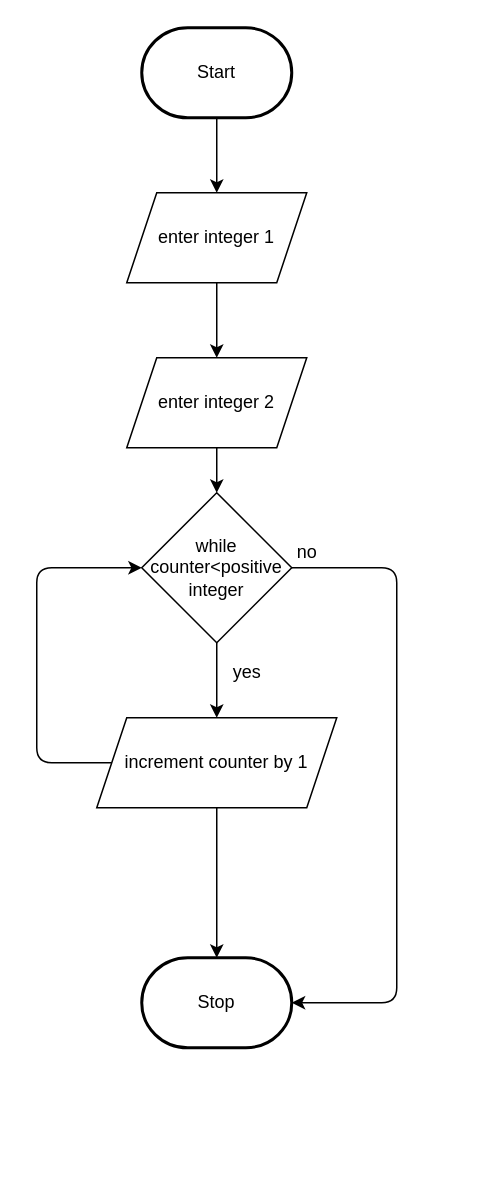
Above: design/flowchart.drawio in MTHS-ICD2O-1-2024/ICD2O-Unit-5-06-lynn-lukose-07 (draw.io), before the change. Source tidied: cells renumbered, new cells numbered last; positions are measured from the earlier drawing's top-left corner, leaving out a move shared by most shapes. Both pictures are drawn from the tidied source at 150%, with x=0, y=0 at pixel (36, 27).
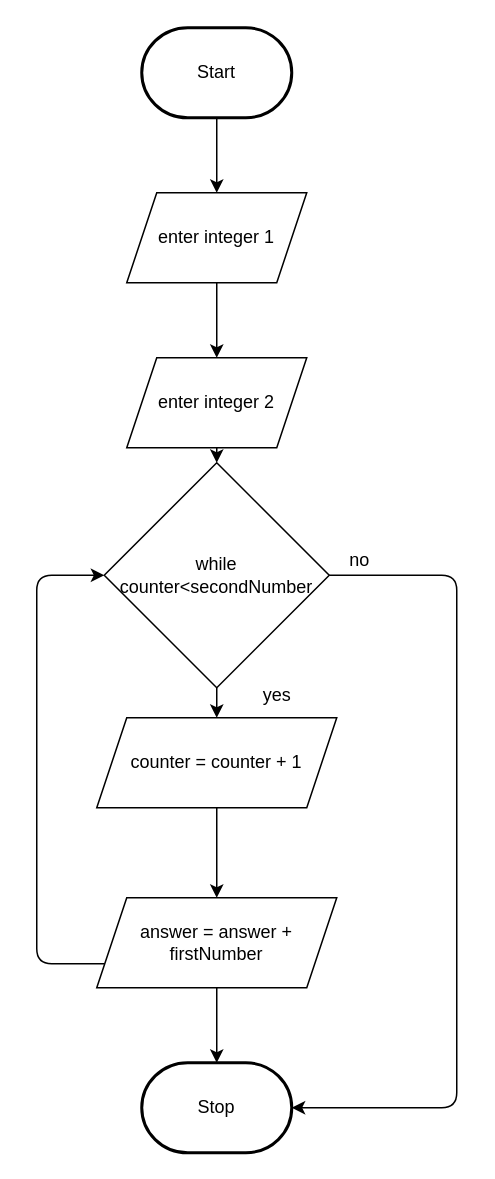
The same page after the edit.

Change to the diagram source:
```diff
@@
     <mxCell id="4" value="Stop" style="strokeWidth=2;html=1;shape=mxgraph.flowchart.terminator;whiteSpace=wrap;" parent="1" vertex="1">
-      <mxGeometry x="70" y="620" width="100" height="60" as="geometry" />
+      <mxGeometry x="70" y="690" width="100" height="60" as="geometry" />
     </mxCell>
@@
-    <mxCell id="9" style="edgeStyle=none;html=1;" parent="1" edge="1" source="10" target="4">
-      <mxGeometry relative="1" as="geometry" />
-    </mxCell>
-    <mxCell id="10" value="increment counter by 1" style="shape=parallelogram;perimeter=parallelogramPerimeter;whiteSpace=wrap;html=1;fixedSize=1;" parent="1" vertex="1">
+    <mxCell id="10" value="counter = counter + 1" style="shape=parallelogram;perimeter=parallelogramPerimeter;whiteSpace=wrap;html=1;fixedSize=1;" parent="1" vertex="1">
       <mxGeometry x="40" y="460" width="160" height="60" as="geometry" />
     </mxCell>
@@
-    <mxCell id="12" value="while&lt;br&gt;counter&amp;lt;positive integer" style="rhombus;whiteSpace=wrap;html=1;" parent="1" vertex="1">
-      <mxGeometry x="70" y="310" width="100" height="100" as="geometry" />
+    <mxCell id="12" value="while&lt;br&gt;counter&amp;lt;secondNumber" style="rhombus;whiteSpace=wrap;html=1;" parent="1" vertex="1">
+      <mxGeometry x="45" y="290" width="150" height="150" as="geometry" />
     </mxCell>
-    <mxCell id="13" style="endArrow=classic;html=1;entryX=1;entryY=0.5;entryDx=0;entryDy=0;entryPerimeter=0;" parent="1" edge="1" target="4">
-      <mxGeometry relative="1" as="geometry">
-        <mxPoint x="170" y="360" as="sourcePoint" />
-        <Array as="points">
-          <mxPoint x="240" y="360" />
-          <mxPoint x="240" y="650" />
-        </Array>
-      </mxGeometry>
-    </mxCell>
+    <mxCell id="15" style="endArrow=classic;html=1;exitX=0;exitY=0.75;exitDx=0;exitDy=0;entryX=0;entryY=0.5;entryDx=0;entryDy=0;" parent="1" edge="1" source="19" target="12">
+      <mxGeometry relative="1" as="geometry">
+        <Array as="points">
+          <mxPoint y="624" />
+          <mxPoint y="365" />
+        </Array>
+      </mxGeometry>
+    </mxCell>
+    <mxCell id="17" style="edgeStyle=none;html=1;" parent="1" edge="1" source="16" target="10">
+      <mxGeometry relative="1" as="geometry" />
+    </mxCell>
+    <mxCell id="16" value="yes" style="text;html=1;align=center;verticalAlign=middle;points=[];strokeColor=none;fillColor=none;" parent="1" vertex="1">
+      <mxGeometry x="140" y="430" width="40" height="30" as="geometry" />
+    </mxCell>
+    <mxCell id="18" style="endArrow=classic;html=1;exitX=0;exitY=0.5;exitDx=0;exitDy=0;entryX=1;entryY=0.5;entryDx=0;entryDy=0;entryPerimeter=0;" parent="1" edge="1" target="4">
+      <mxGeometry relative="1" as="geometry">
+        <mxPoint x="195" y="365" as="sourcePoint" />
+        <Array as="points">
+          <mxPoint x="280" y="365" />
+          <mxPoint x="280" y="720" />
+        </Array>
+      </mxGeometry>
+    </mxCell>
     <mxCell id="14" value="no" style="text;html=1;align=center;verticalAlign=middle;strokeColor=none;fillColor=none;" parent="1" vertex="1">
-      <mxGeometry x="160" y="335" width="40" height="30" as="geometry" />
+      <mxGeometry x="195" y="340" width="40" height="30" as="geometry" />
     </mxCell>
-    <mxCell id="15" style="endArrow=classic;html=1;exitX=0;exitY=0.5;exitDx=0;exitDy=0;entryX=0;entryY=0.5;entryDx=0;entryDy=0;" parent="1" edge="1" source="10" target="12">
-      <mxGeometry relative="1" as="geometry">
-        <Array as="points">
-          <mxPoint y="490" />
-          <mxPoint y="360" />
-        </Array>
-      </mxGeometry>
-    </mxCell>
-    <mxCell id="16" value="yes" style="text;html=1;align=center;verticalAlign=middle;points=[];strokeColor=none;fillColor=none;" parent="1" vertex="1">
-      <mxGeometry x="120" y="415" width="40" height="30" as="geometry" />
-    </mxCell>
+    <mxCell id="19" value="answer = answer + firstNumber" style="shape=parallelogram;perimeter=parallelogramPerimeter;whiteSpace=wrap;html=1;fixedSize=1;" parent="1" vertex="1">
+      <mxGeometry x="40" y="580" width="160" height="60" as="geometry" />
+    </mxCell>
+    <mxCell id="20" style="edgeStyle=none;html=1;entryX=0.5;entryY=0;entryDx=0;entryDy=0;exitX=0.5;exitY=1;exitDx=0;exitDy=0;" parent="1" edge="1" source="10" target="19">
+      <mxGeometry relative="1" as="geometry" />
+    </mxCell>
+    <mxCell id="21" style="endArrow=classic;html=1;entryX=0.5;entryY=0;entryDx=0;entryDy=0;entryPerimeter=0;" parent="1" edge="1" target="4">
+      <mxGeometry relative="1" as="geometry">
+        <mxPoint x="120" y="640" as="sourcePoint" />
+      </mxGeometry>
+    </mxCell>
```
